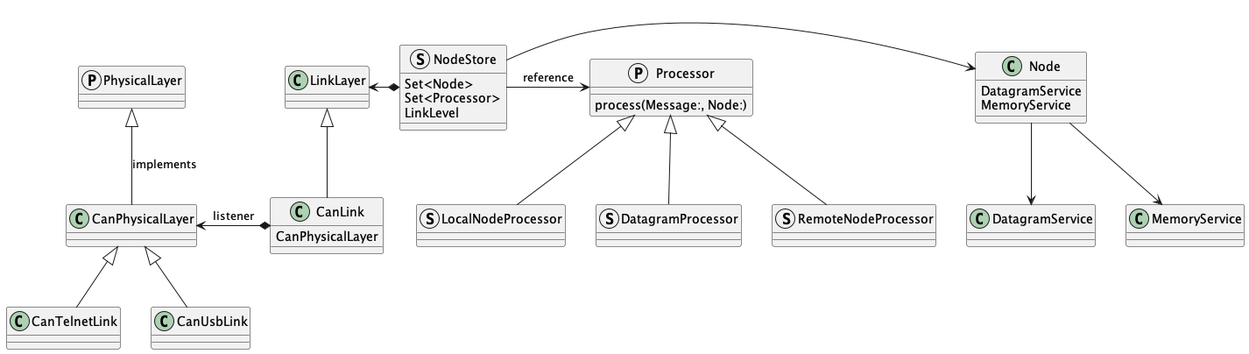
This is Sources/OpenlcbLibrary/Documentation.docc/Classes.png from bobjacobsen/OpenlcbLibrary, a PlantUML export, as it was before one commit.
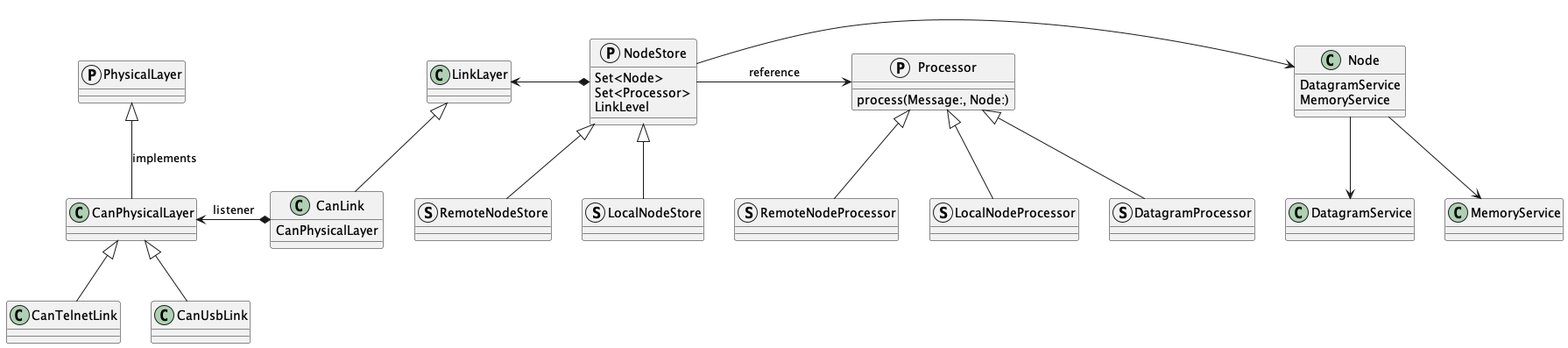
The same diagram one commit later.

Diff of the diagram source:
```diff
@@ -25,10 +25,16 @@
 Node : DatagramService
 Node : MemoryService
 
-struct NodeStore
+protocol NodeStore
 NodeStore : Set<Node>
 NodeStore : Set<Processor>
 NodeStore : LinkLevel
+
+struct RemoteNodeStore
+NodeStore <|-- RemoteNodeStore
+struct LocalNodeStore
+NodeStore <|-- LocalNodeStore
+
 
 Node --> DatagramService
 Node --> MemoryService
```
